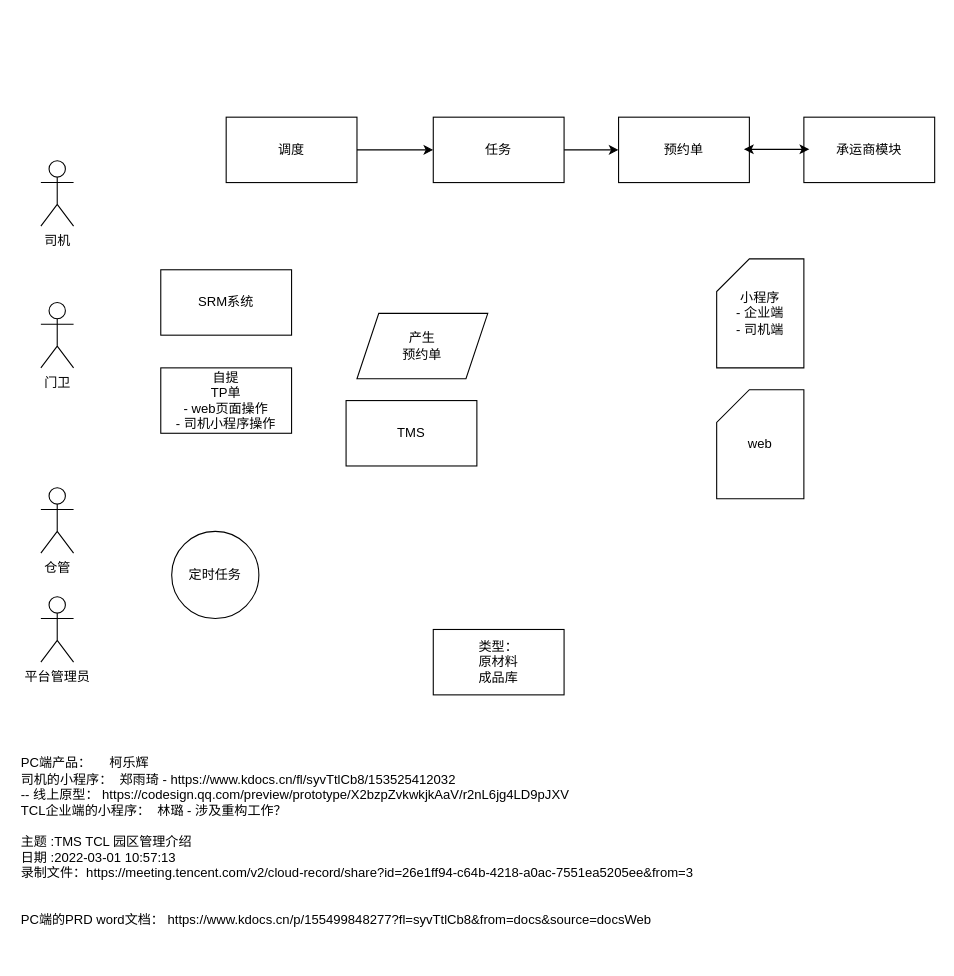
Above: page "园区 & 预约" (6 of 9) of TMS.drawio in lawplus/diagrams (draw.io), before the change. Source tidied: cells renumbered, new cells numbered last; positions are measured from the earlier drawing's top-left corner, leaving out a move shared by most shapes. Both pictures are drawn from the tidied source at 109%, with x=0, y=0 at pixel (19, 117).
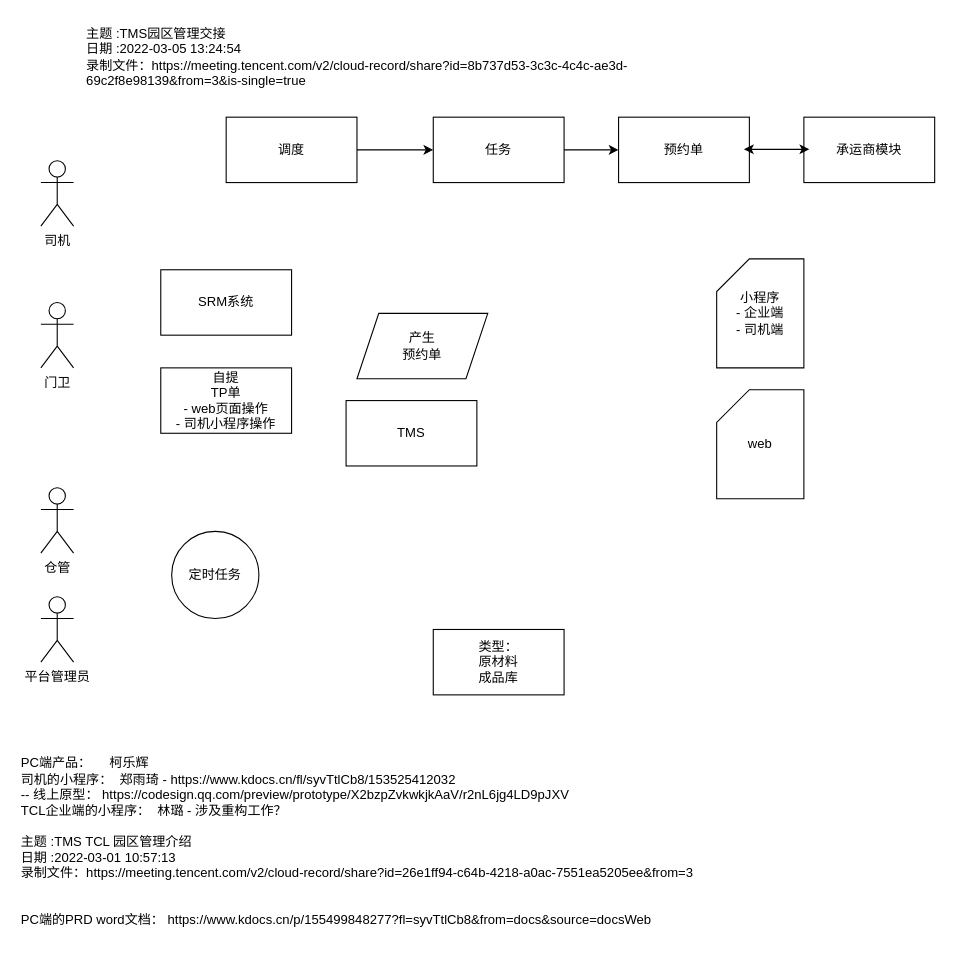
After the change.

Diff of the diagram source:
```diff
@@
+    <mxCell id="22" value="主题 :TMS园区管理交接&#10;日期 :2022-03-05 13:24:54&#10;录制文件：https://meeting.tencent.com/v2/cloud-record/share?id=8b737d53-3c3c-4c4c-ae3d-69c2f8e98139&amp;from=3&amp;is-single=true" style="text;whiteSpace=wrap;html=1;" parent="1" vertex="1">
+      <mxGeometry x="60" y="-90" width="550" height="70" as="geometry" />
+    </mxCell>
```
